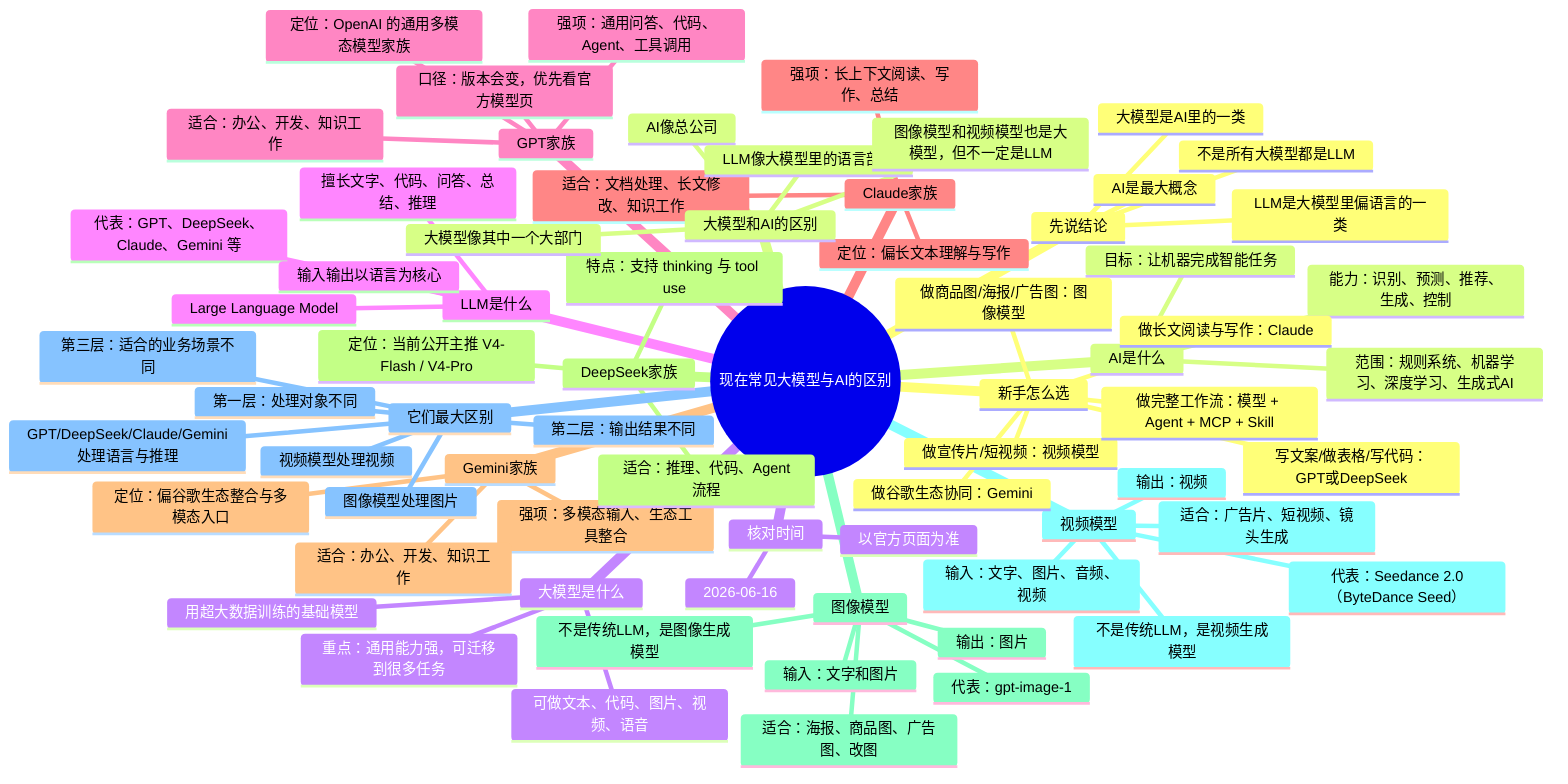
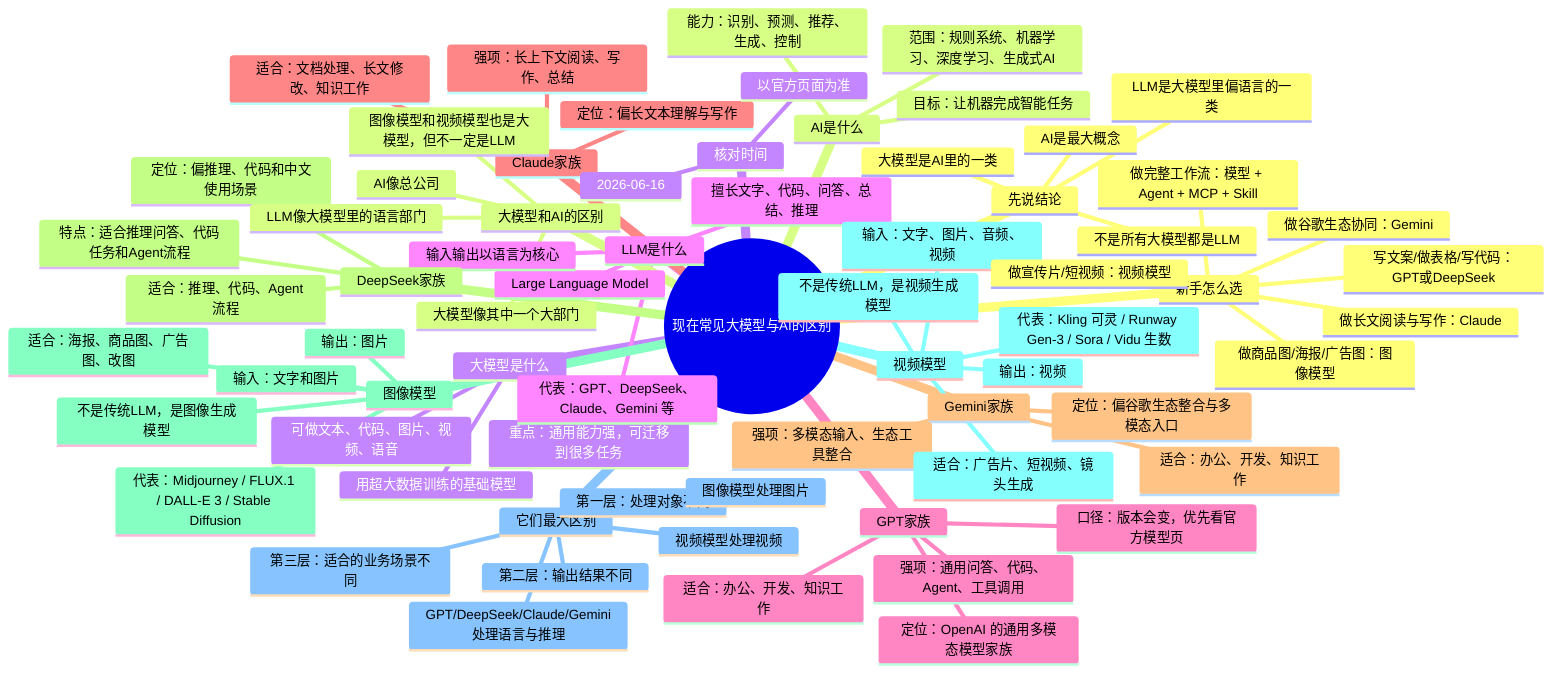
mindmap
  root((现在常见大模型与AI的区别))
    先说结论
      AI是最大概念
      大模型是AI里的一类
      LLM是大模型里偏语言的一类
      不是所有大模型都是LLM
    AI是什么
      目标：让机器完成智能任务
      范围：规则系统、机器学习、深度学习、生成式AI
      能力：识别、预测、推荐、生成、控制
    大模型是什么
      用超大数据训练的基础模型
      可做文本、代码、图片、视频、语音
      重点：通用能力强，可迁移到很多任务
    LLM是什么
      Large Language Model
      擅长文字、代码、问答、总结、推理
      代表：GPT、DeepSeek、Claude、Gemini 等
      输入输出以语言为核心
    GPT家族
      定位：OpenAI 的通用多模态模型家族
      强项：通用问答、代码、Agent、工具调用
      适合：办公、开发、知识工作
      口径：版本会变，优先看官方模型页
    Claude家族
      定位：偏长文本理解与写作
      强项：长上下文阅读、写作、总结
      适合：文档处理、长文修改、知识工作
    Gemini家族
      定位：偏谷歌生态整合与多模态入口
      强项：多模态输入、生态工具整合
      适合：办公、开发、知识工作
    DeepSeek家族
-       定位：当前公开主推 V4-Flash / V4-Pro
-       特点：支持 thinking 与 tool use
+       定位：偏推理、代码和中文使用场景
+       特点：适合推理问答、代码任务和Agent流程
      适合：推理、代码、Agent流程
    图像模型
-       代表：gpt-image-1
+       代表：Midjourney / FLUX.1 / DALL-E 3 / Stable Diffusion
      不是传统LLM，是图像生成模型
      输入：文字和图片
      输出：图片
      适合：海报、商品图、广告图、改图
    视频模型
-       代表：Seedance 2.0（ByteDance Seed）
+       代表：Kling 可灵 / Runway Gen-3 / Sora / Vidu 生数
      不是传统LLM，是视频生成模型
      输入：文字、图片、音频、视频
      输出：视频
      适合：广告片、短视频、镜头生成
    它们最大区别
      第一层：处理对象不同
      GPT/DeepSeek/Claude/Gemini处理语言与推理
      图像模型处理图片
      视频模型处理视频
      第二层：输出结果不同
      第三层：适合的业务场景不同
    新手怎么选
      写文案/做表格/写代码：GPT或DeepSeek
      做长文阅读与写作：Claude
      做谷歌生态协同：Gemini
      做商品图/海报/广告图：图像模型
      做宣传片/短视频：视频模型
      做完整工作流：模型 + Agent + MCP + Skill
    大模型和AI的区别
      AI像总公司
      大模型像其中一个大部门
      LLM像大模型里的语言部门
      图像模型和视频模型也是大模型，但不一定是LLM
    核对时间
      2026-06-16
      以官方页面为准
